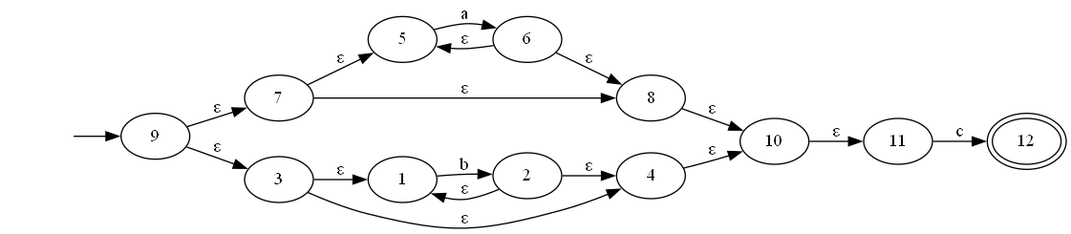
Before: render/AFN.gv.png, a diagram exported from Graphviz (Manuel-Archila/Analizador_Lexico). Its source is kept beside it as render/AFN.gv. Its diagram source:
```dot
digraph {
	graph [rankdir=LR]
	initial [label="" shape=none]
	9
	initial -> 9
	7
	3
	5
	8
	1
	4
	6
	10
	2
	11
	12 [peripheries=2]
	9 -> 7 [label="ε"]
	9 -> 3 [label="ε"]
	7 -> 5 [label="ε"]
	7 -> 8 [label="ε"]
	3 -> 1 [label="ε"]
	3 -> 4 [label="ε"]
	5 -> 6 [label=a]
	8 -> 10 [label="ε"]
	1 -> 2 [label=b]
	4 -> 10 [label="ε"]
	6 -> 8 [label="ε"]
	6 -> 5 [label="ε"]
	10 -> 11 [label="ε"]
	2 -> 4 [label="ε"]
	2 -> 1 [label="ε"]
	11 -> 12 [label=c]
}
```
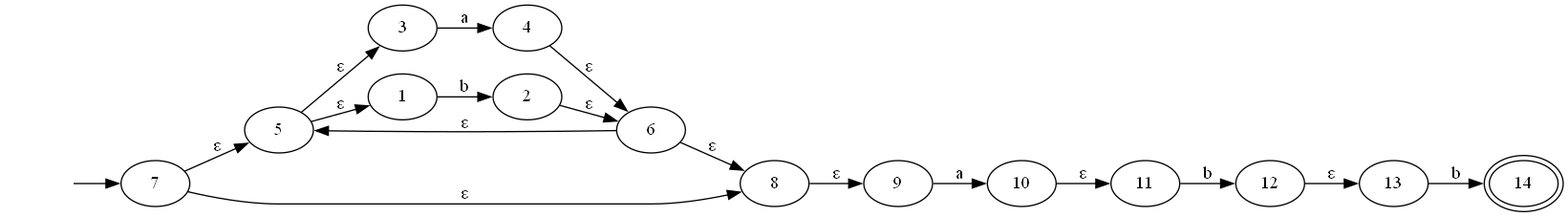
After the change.

The edit, as a diff of the source:
```diff
@@ -1,33 +1,35 @@
 digraph {
 	graph [rankdir=LR]
 	initial [label="" shape=none]
-	9
-	initial -> 9
 	7
-	3
+	initial -> 7
 	5
 	8
+	3
 	1
+	9
 	4
+	2
+	10
 	6
-	10
-	2
 	11
-	12 [peripheries=2]
-	9 -> 7 [label="ε"]
-	9 -> 3 [label="ε"]
+	12
+	13
+	14 [peripheries=2]
 	7 -> 5 [label="ε"]
 	7 -> 8 [label="ε"]
-	3 -> 1 [label="ε"]
-	3 -> 4 [label="ε"]
-	5 -> 6 [label=a]
-	8 -> 10 [label="ε"]
+	5 -> 3 [label="ε"]
+	5 -> 1 [label="ε"]
+	8 -> 9 [label="ε"]
+	3 -> 4 [label=a]
 	1 -> 2 [label=b]
-	4 -> 10 [label="ε"]
+	9 -> 10 [label=a]
+	4 -> 6 [label="ε"]
+	2 -> 6 [label="ε"]
+	10 -> 11 [label="ε"]
 	6 -> 8 [label="ε"]
 	6 -> 5 [label="ε"]
-	10 -> 11 [label="ε"]
-	2 -> 4 [label="ε"]
-	2 -> 1 [label="ε"]
-	11 -> 12 [label=c]
+	11 -> 12 [label=b]
+	12 -> 13 [label="ε"]
+	13 -> 14 [label=b]
 }
```
